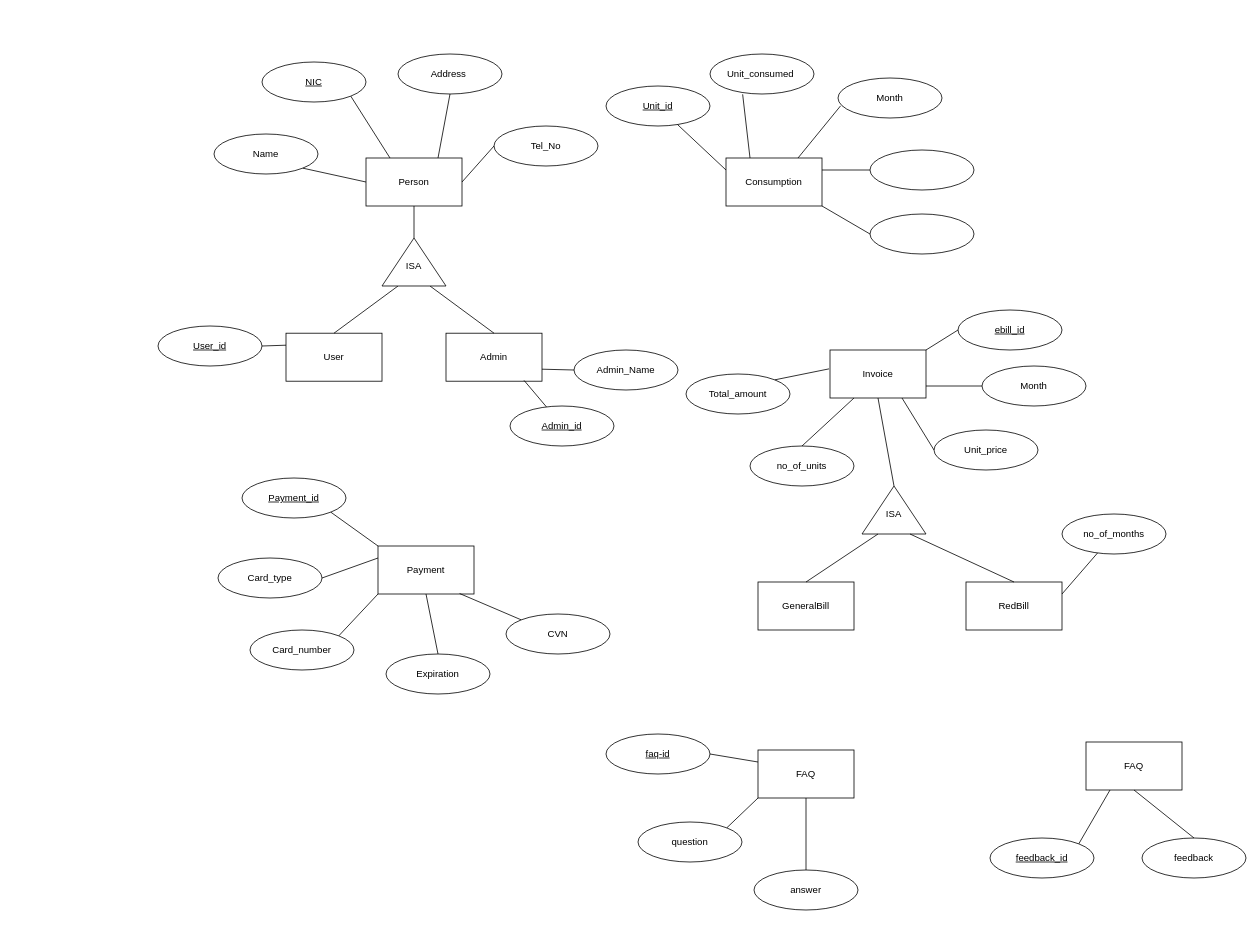
Earlier version of the draw.io diagram diagrams.drawio (Shan-Joel/Diagrams---ITPM). Source tidied: cells renumbered, new cells numbered last; positions are measured from the earlier drawing's top-left corner, leaving out a move shared by most shapes. Both pictures are drawn from the tidied source at 80%, with x=0, y=0 at pixel (158, 54).
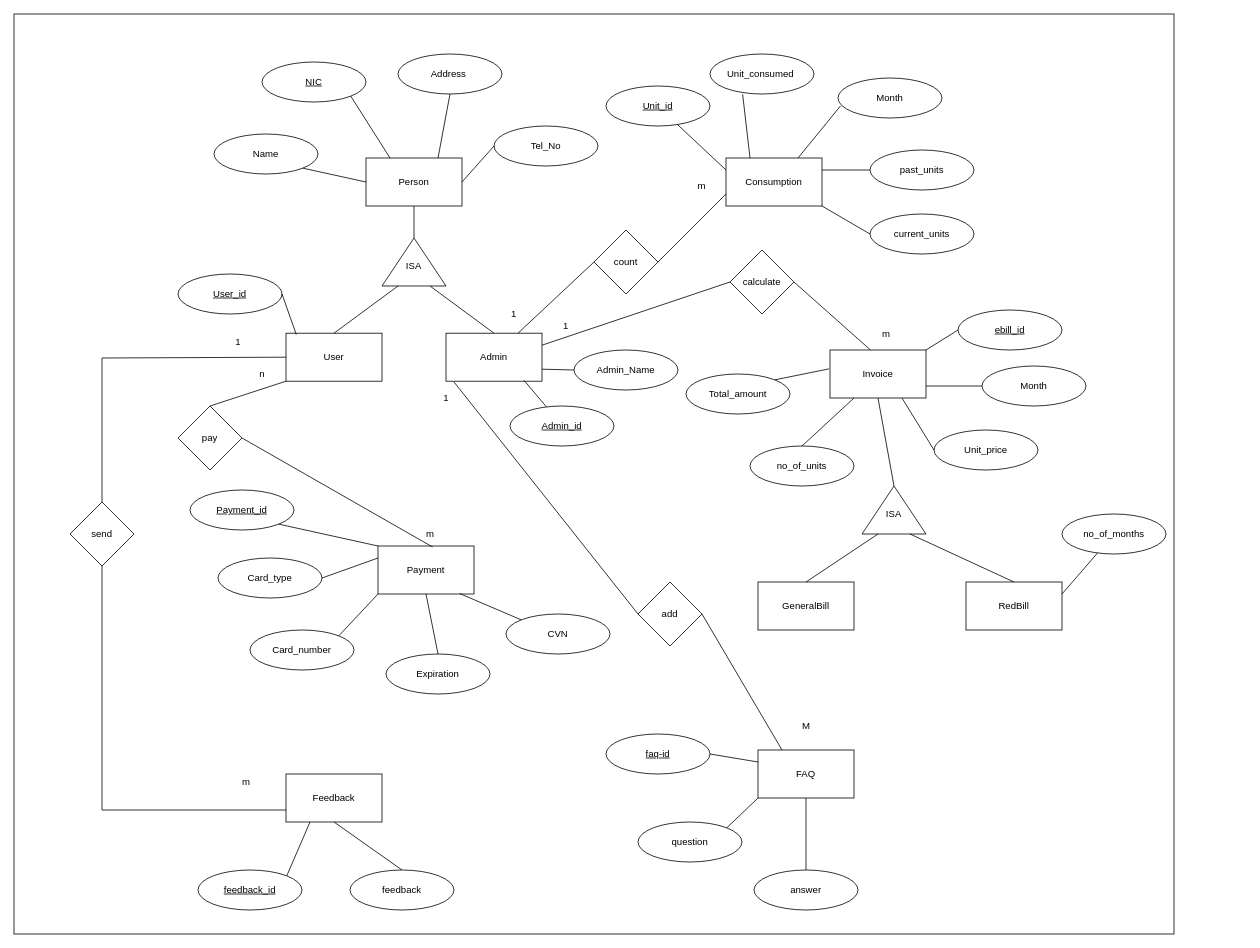
The same diagram, later.

Unchanged cells that the change refers to:
```xml
<mxCell id="2" value="Admin" style="rounded=0;whiteSpace=wrap;html=1;" parent="1" vertex="1">
  <mxGeometry x="360" y="349" width="120" height="60" as="geometry" />
</mxCell>
<mxCell id="3" value="User" style="rounded=0;whiteSpace=wrap;html=1;" parent="1" vertex="1">
  <mxGeometry x="160" y="349" width="120" height="60" as="geometry" />
</mxCell>
<mxCell id="11" value="Consumption" style="rounded=0;whiteSpace=wrap;html=1;" parent="1" vertex="1">
  <mxGeometry x="710" y="130" width="120" height="60" as="geometry" />
</mxCell>
<mxCell id="12" value="Invoice" style="rounded=0;whiteSpace=wrap;html=1;" parent="1" vertex="1">
  <mxGeometry x="840" y="370" width="120" height="60" as="geometry" />
</mxCell>
<mxCell id="13" value="Payment" style="rounded=0;whiteSpace=wrap;html=1;" parent="1" vertex="1">
  <mxGeometry x="275" y="615" width="120" height="60" as="geometry" />
</mxCell>
<mxCell id="14" value="FAQ" style="rounded=0;whiteSpace=wrap;html=1;" parent="1" vertex="1">
  <mxGeometry x="750" y="870" width="120" height="60" as="geometry" />
</mxCell>
```

What changed in the source:
```diff
@@
+    <mxCell id="80" style="rounded=0;whiteSpace=wrap;html=1;" parent="1" vertex="1">
+      <mxGeometry x="-180" y="-50" width="1450" height="1150" as="geometry" />
+    </mxCell>
@@
-    <mxCell id="31" style="ellipse;whiteSpace=wrap;html=1;" parent="1" vertex="1">
+    <mxCell id="31" value="past_units" style="ellipse;whiteSpace=wrap;html=1;" parent="1" vertex="1">
       <mxGeometry x="890" y="120" width="130" height="50" as="geometry" />
     </mxCell>
-    <mxCell id="32" style="ellipse;whiteSpace=wrap;html=1;" parent="1" vertex="1">
+    <mxCell id="32" value="current_units" style="ellipse;whiteSpace=wrap;html=1;" parent="1" vertex="1">
       <mxGeometry x="890" y="200" width="130" height="50" as="geometry" />
     </mxCell>
@@
     <mxCell id="36" value="&lt;u&gt;Payment_id&lt;/u&gt;" style="ellipse;whiteSpace=wrap;html=1;" parent="1" vertex="1">
-      <mxGeometry x="105" y="530" width="130" height="50" as="geometry" />
+      <mxGeometry x="40" y="545" width="130" height="50" as="geometry" />
     </mxCell>
@@
     <mxCell id="59" value="&lt;u&gt;User_id&lt;/u&gt;" style="ellipse;whiteSpace=wrap;html=1;" parent="1" vertex="1">
-      <mxGeometry y="340" width="130" height="50" as="geometry" />
+      <mxGeometry x="25" y="275" width="130" height="50" as="geometry" />
     </mxCell>
-    <mxCell id="60" style="endArrow=none;html=1;rounded=0;exitX=0;exitY=0.25;exitDx=0;exitDy=0;entryX=1;entryY=0.5;entryDx=0;entryDy=0;" parent="1" edge="1" source="3" target="59">
+    <mxCell id="60" style="endArrow=none;html=1;rounded=0;exitX=0.107;exitY=0.027;exitDx=0;exitDy=0;entryX=1;entryY=0.5;entryDx=0;entryDy=0;exitPerimeter=0;" parent="1" edge="1" source="3" target="59">
       <mxGeometry relative="1" as="geometry" />
     </mxCell>
@@
-    <mxCell id="75" value="FAQ" style="rounded=0;whiteSpace=wrap;html=1;" parent="1" vertex="1">
-      <mxGeometry x="1160" y="860" width="120" height="60" as="geometry" />
+    <mxCell id="75" value="Feedback" style="rounded=0;whiteSpace=wrap;html=1;" parent="1" vertex="1">
+      <mxGeometry x="160" y="900" width="120" height="60" as="geometry" />
     </mxCell>
     <mxCell id="76" value="&lt;u&gt;feedback_id&lt;/u&gt;" style="ellipse;whiteSpace=wrap;html=1;" parent="1" vertex="1">
-      <mxGeometry x="1040" y="980" width="130" height="50" as="geometry" />
+      <mxGeometry x="50" y="1020" width="130" height="50" as="geometry" />
     </mxCell>
     <mxCell id="77" value="&lt;span&gt;feedback&lt;/span&gt;" style="ellipse;whiteSpace=wrap;html=1;" parent="1" vertex="1">
-      <mxGeometry x="1230" y="980" width="130" height="50" as="geometry" />
+      <mxGeometry x="240" y="1020" width="130" height="50" as="geometry" />
     </mxCell>
@@
+    <mxCell id="81" value="count" style="rhombus;whiteSpace=wrap;html=1;" parent="1" vertex="1">
+      <mxGeometry x="545" y="220" width="80" height="80" as="geometry" />
+    </mxCell>
+    <mxCell id="82" style="endArrow=none;html=1;rounded=0;entryX=0;entryY=0.75;entryDx=0;entryDy=0;exitX=1;exitY=0.5;exitDx=0;exitDy=0;" parent="1" edge="1" source="81" target="11">
+      <mxGeometry relative="1" as="geometry" />
+    </mxCell>
+    <mxCell id="83" style="endArrow=none;html=1;rounded=0;exitX=0.75;exitY=0;exitDx=0;exitDy=0;" parent="1" edge="1" source="2">
+      <mxGeometry relative="1" as="geometry">
+        <mxPoint x="545" y="260" as="targetPoint" />
+      </mxGeometry>
+    </mxCell>
+    <mxCell id="84" value="m" style="text;html=1;strokeColor=none;fillColor=none;align=center;verticalAlign=middle;whiteSpace=wrap;rounded=0;" parent="1" vertex="1">
+      <mxGeometry x="650" y="150" width="60" height="30" as="geometry" />
+    </mxCell>
+    <mxCell id="85" value="1" style="text;html=1;strokeColor=none;fillColor=none;align=center;verticalAlign=middle;whiteSpace=wrap;rounded=0;" parent="1" vertex="1">
+      <mxGeometry x="415" y="310" width="60" height="30" as="geometry" />
+    </mxCell>
+    <mxCell id="86" value="add" style="rhombus;whiteSpace=wrap;html=1;" parent="1" vertex="1">
+      <mxGeometry x="600" y="660" width="80" height="80" as="geometry" />
+    </mxCell>
+    <mxCell id="87" style="endArrow=none;html=1;rounded=0;entryX=0;entryY=0.5;entryDx=0;entryDy=0;" parent="1" edge="1" target="86">
+      <mxGeometry relative="1" as="geometry">
+        <mxPoint x="370" y="410" as="sourcePoint" />
+      </mxGeometry>
+    </mxCell>
+    <mxCell id="88" style="endArrow=none;html=1;rounded=0;entryX=1;entryY=0.5;entryDx=0;entryDy=0;exitX=0.25;exitY=0;exitDx=0;exitDy=0;" parent="1" edge="1" source="14" target="86">
+      <mxGeometry relative="1" as="geometry" />
+    </mxCell>
+    <mxCell id="89" value="1" style="text;html=1;align=center;verticalAlign=middle;strokeColor=none;fillColor=none;" parent="1" vertex="1">
+      <mxGeometry x="350" y="420" width="20" height="20" as="geometry" />
+    </mxCell>
+    <mxCell id="90" value="M" style="text;html=1;align=center;verticalAlign=middle;strokeColor=none;fillColor=none;" parent="1" vertex="1">
+      <mxGeometry x="795" y="830" width="30" height="20" as="geometry" />
+    </mxCell>
+    <mxCell id="91" value="pay" style="rhombus;whiteSpace=wrap;html=1;" parent="1" vertex="1">
+      <mxGeometry x="25" y="440" width="80" height="80" as="geometry" />
+    </mxCell>
+    <mxCell id="92" style="endArrow=none;html=1;rounded=0;entryX=1;entryY=0.5;entryDx=0;entryDy=0;exitX=0.568;exitY=0.02;exitDx=0;exitDy=0;exitPerimeter=0;" parent="1" edge="1" source="13" target="91">
+      <mxGeometry relative="1" as="geometry" />
+    </mxCell>
+    <mxCell id="93" style="endArrow=none;html=1;rounded=0;entryX=0;entryY=1;entryDx=0;entryDy=0;exitX=0.5;exitY=0;exitDx=0;exitDy=0;" parent="1" edge="1" source="91" target="3">
+      <mxGeometry relative="1" as="geometry" />
+    </mxCell>
+    <mxCell id="94" value="n" style="text;html=1;align=center;verticalAlign=middle;strokeColor=none;fillColor=none;" parent="1" vertex="1">
+      <mxGeometry x="120" y="390" width="20" height="20" as="geometry" />
+    </mxCell>
+    <mxCell id="95" value="m" style="text;html=1;align=center;verticalAlign=middle;strokeColor=none;fillColor=none;" parent="1" vertex="1">
+      <mxGeometry x="325" y="590" width="30" height="20" as="geometry" />
+    </mxCell>
+    <mxCell id="96" value="send" style="rhombus;whiteSpace=wrap;html=1;" parent="1" vertex="1">
+      <mxGeometry x="-110" y="560" width="80" height="80" as="geometry" />
+    </mxCell>
+    <mxCell id="97" style="endArrow=none;html=1;rounded=0;exitX=0.5;exitY=0;exitDx=0;exitDy=0;entryX=0;entryY=0.5;entryDx=0;entryDy=0;" parent="1" edge="1" source="96" target="3">
+      <mxGeometry relative="1" as="geometry">
+        <Array as="points">
+          <mxPoint x="-70" y="380" />
+        </Array>
+      </mxGeometry>
+    </mxCell>
+    <mxCell id="98" style="endArrow=none;html=1;rounded=0;entryX=0.5;entryY=1;entryDx=0;entryDy=0;exitX=0;exitY=0.75;exitDx=0;exitDy=0;" parent="1" edge="1" source="75" target="96">
+      <mxGeometry relative="1" as="geometry">
+        <Array as="points">
+          <mxPoint x="-70" y="945" />
+        </Array>
+      </mxGeometry>
+    </mxCell>
+    <mxCell id="99" value="1" style="text;html=1;align=center;verticalAlign=middle;strokeColor=none;fillColor=none;" parent="1" vertex="1">
+      <mxGeometry x="90" y="350" width="20" height="20" as="geometry" />
+    </mxCell>
+    <mxCell id="100" value="m" style="text;html=1;align=center;verticalAlign=middle;strokeColor=none;fillColor=none;" parent="1" vertex="1">
+      <mxGeometry x="95" y="900" width="30" height="20" as="geometry" />
+    </mxCell>
+    <mxCell id="101" value="calculate" style="rhombus;whiteSpace=wrap;html=1;" parent="1" vertex="1">
+      <mxGeometry x="715" y="245" width="80" height="80" as="geometry" />
+    </mxCell>
+    <mxCell id="102" style="endArrow=none;html=1;rounded=0;exitX=1;exitY=0.25;exitDx=0;exitDy=0;entryX=0;entryY=0.5;entryDx=0;entryDy=0;" parent="1" edge="1" source="2" target="101">
+      <mxGeometry relative="1" as="geometry" />
+    </mxCell>
+    <mxCell id="103" style="endArrow=none;html=1;rounded=0;entryX=1;entryY=0.5;entryDx=0;entryDy=0;exitX=0.42;exitY=-0.003;exitDx=0;exitDy=0;exitPerimeter=0;" parent="1" edge="1" source="12" target="101">
+      <mxGeometry relative="1" as="geometry" />
+    </mxCell>
+    <mxCell id="104" value="1" style="text;html=1;strokeColor=none;fillColor=none;align=center;verticalAlign=middle;whiteSpace=wrap;rounded=0;" parent="1" vertex="1">
+      <mxGeometry x="480" y="325" width="60" height="30" as="geometry" />
+    </mxCell>
+    <mxCell id="105" value="m" style="text;html=1;align=center;verticalAlign=middle;strokeColor=none;fillColor=none;" parent="1" vertex="1">
+      <mxGeometry x="895" y="340" width="30" height="20" as="geometry" />
+    </mxCell>
```
